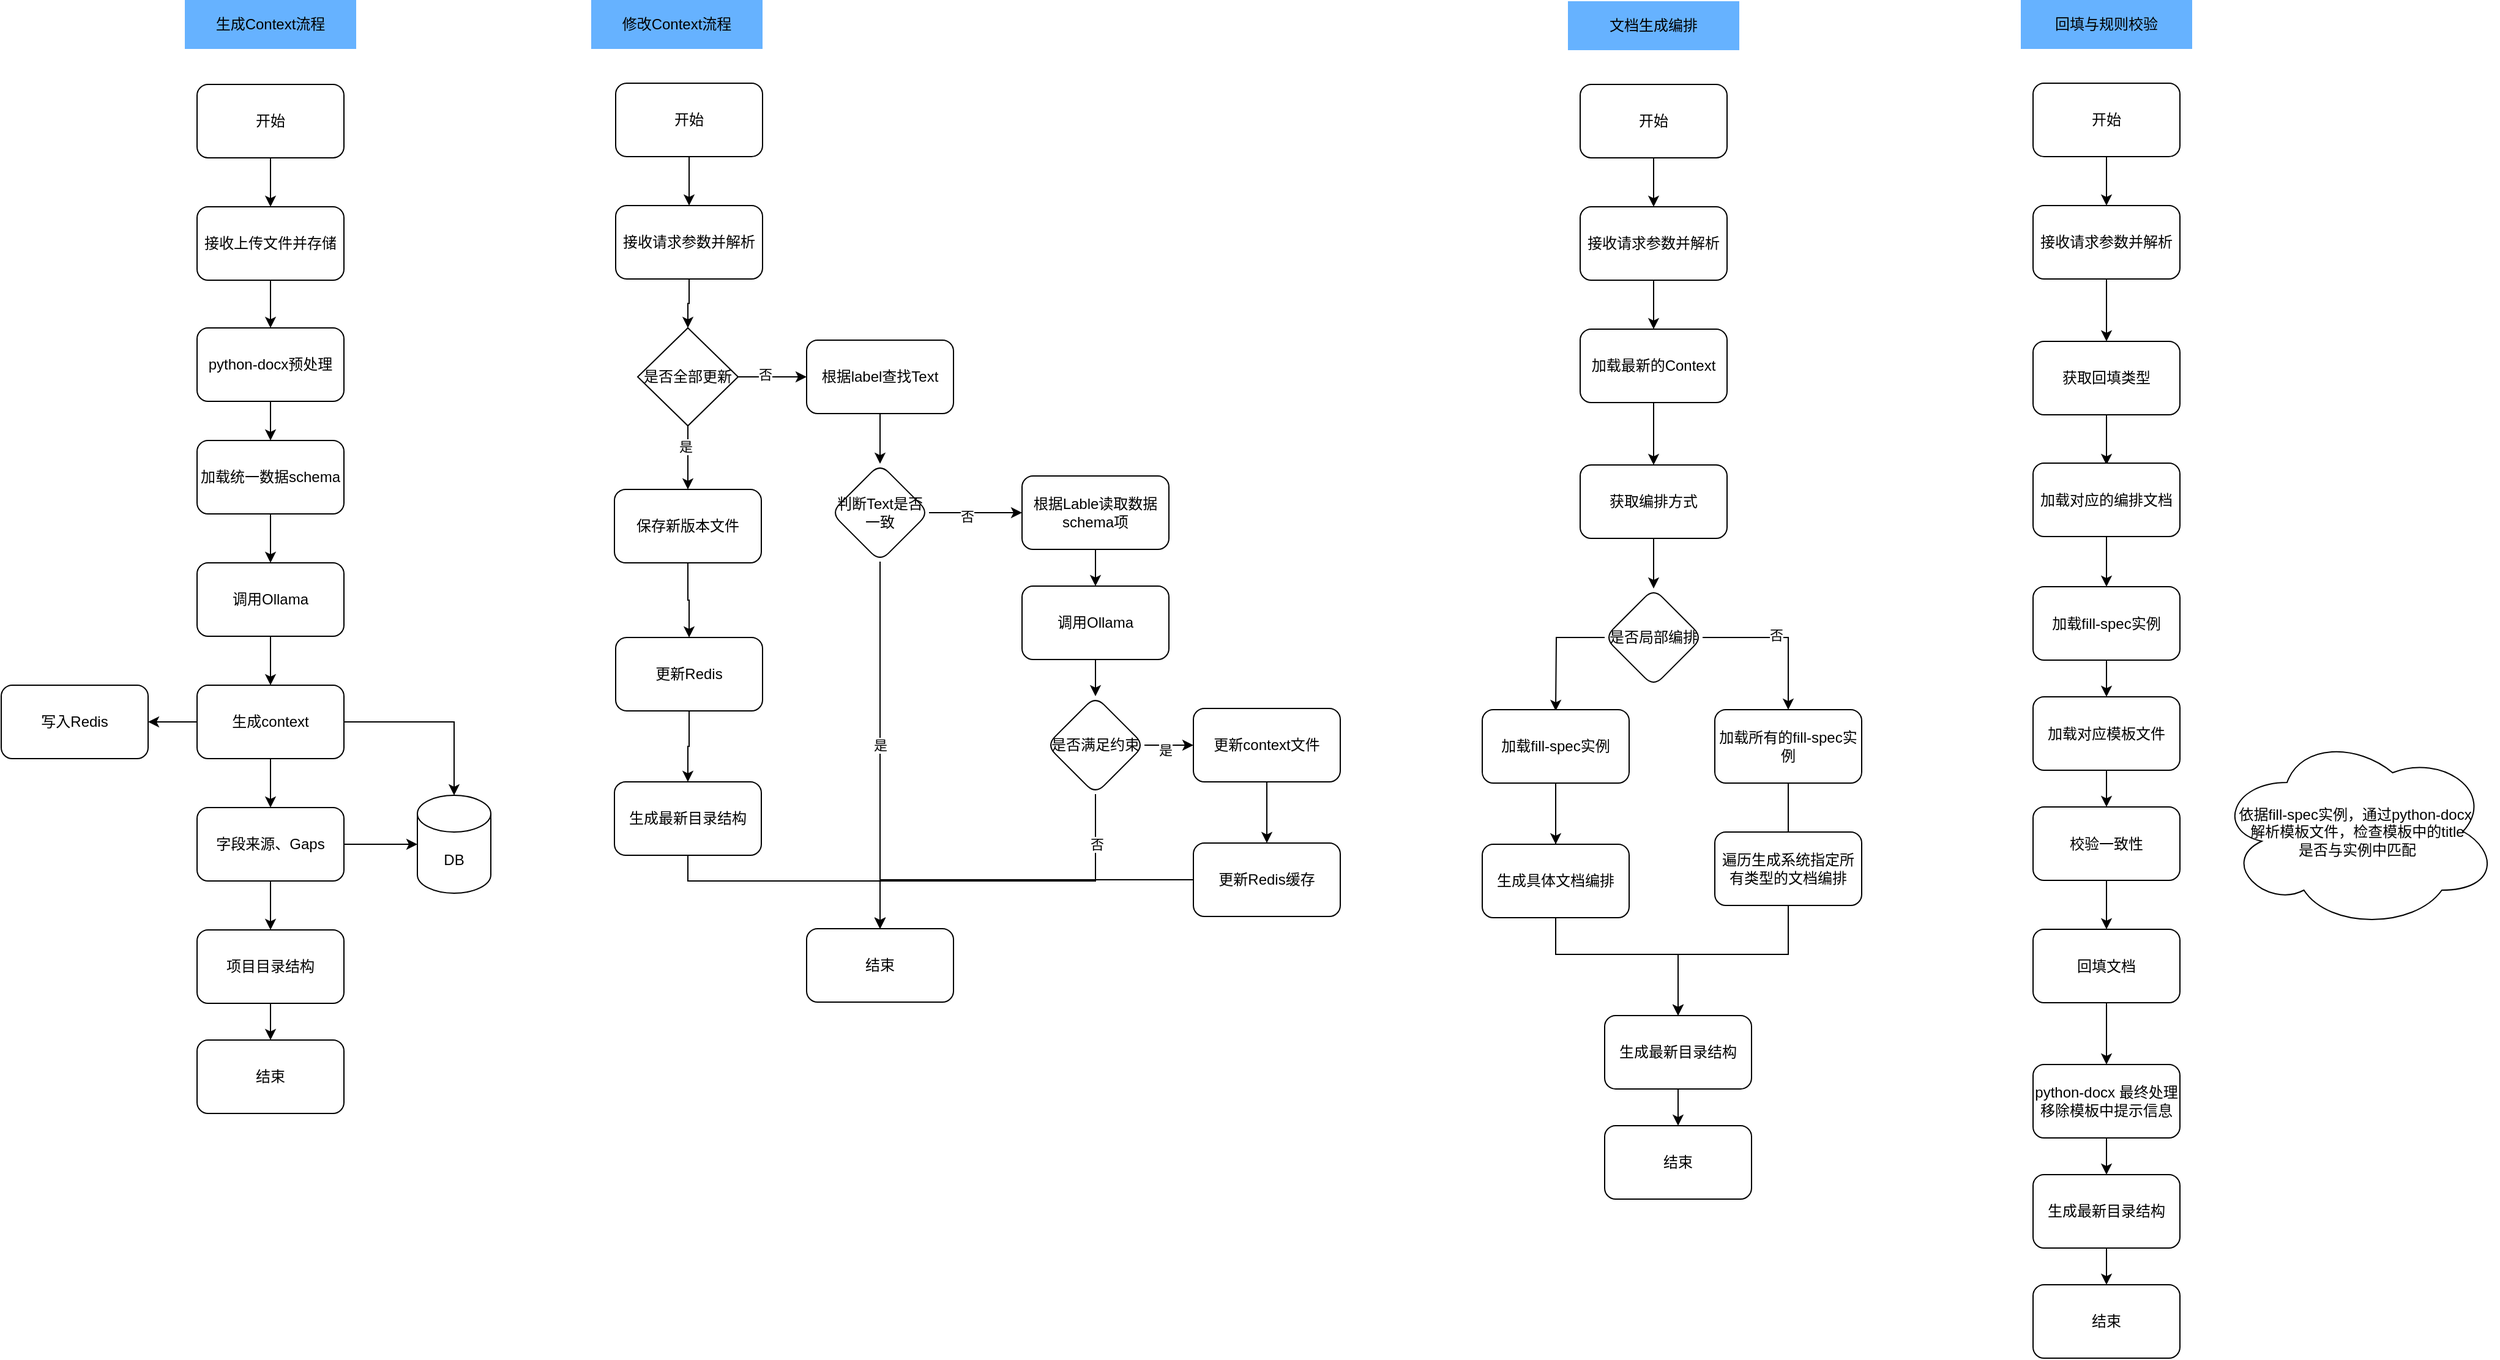
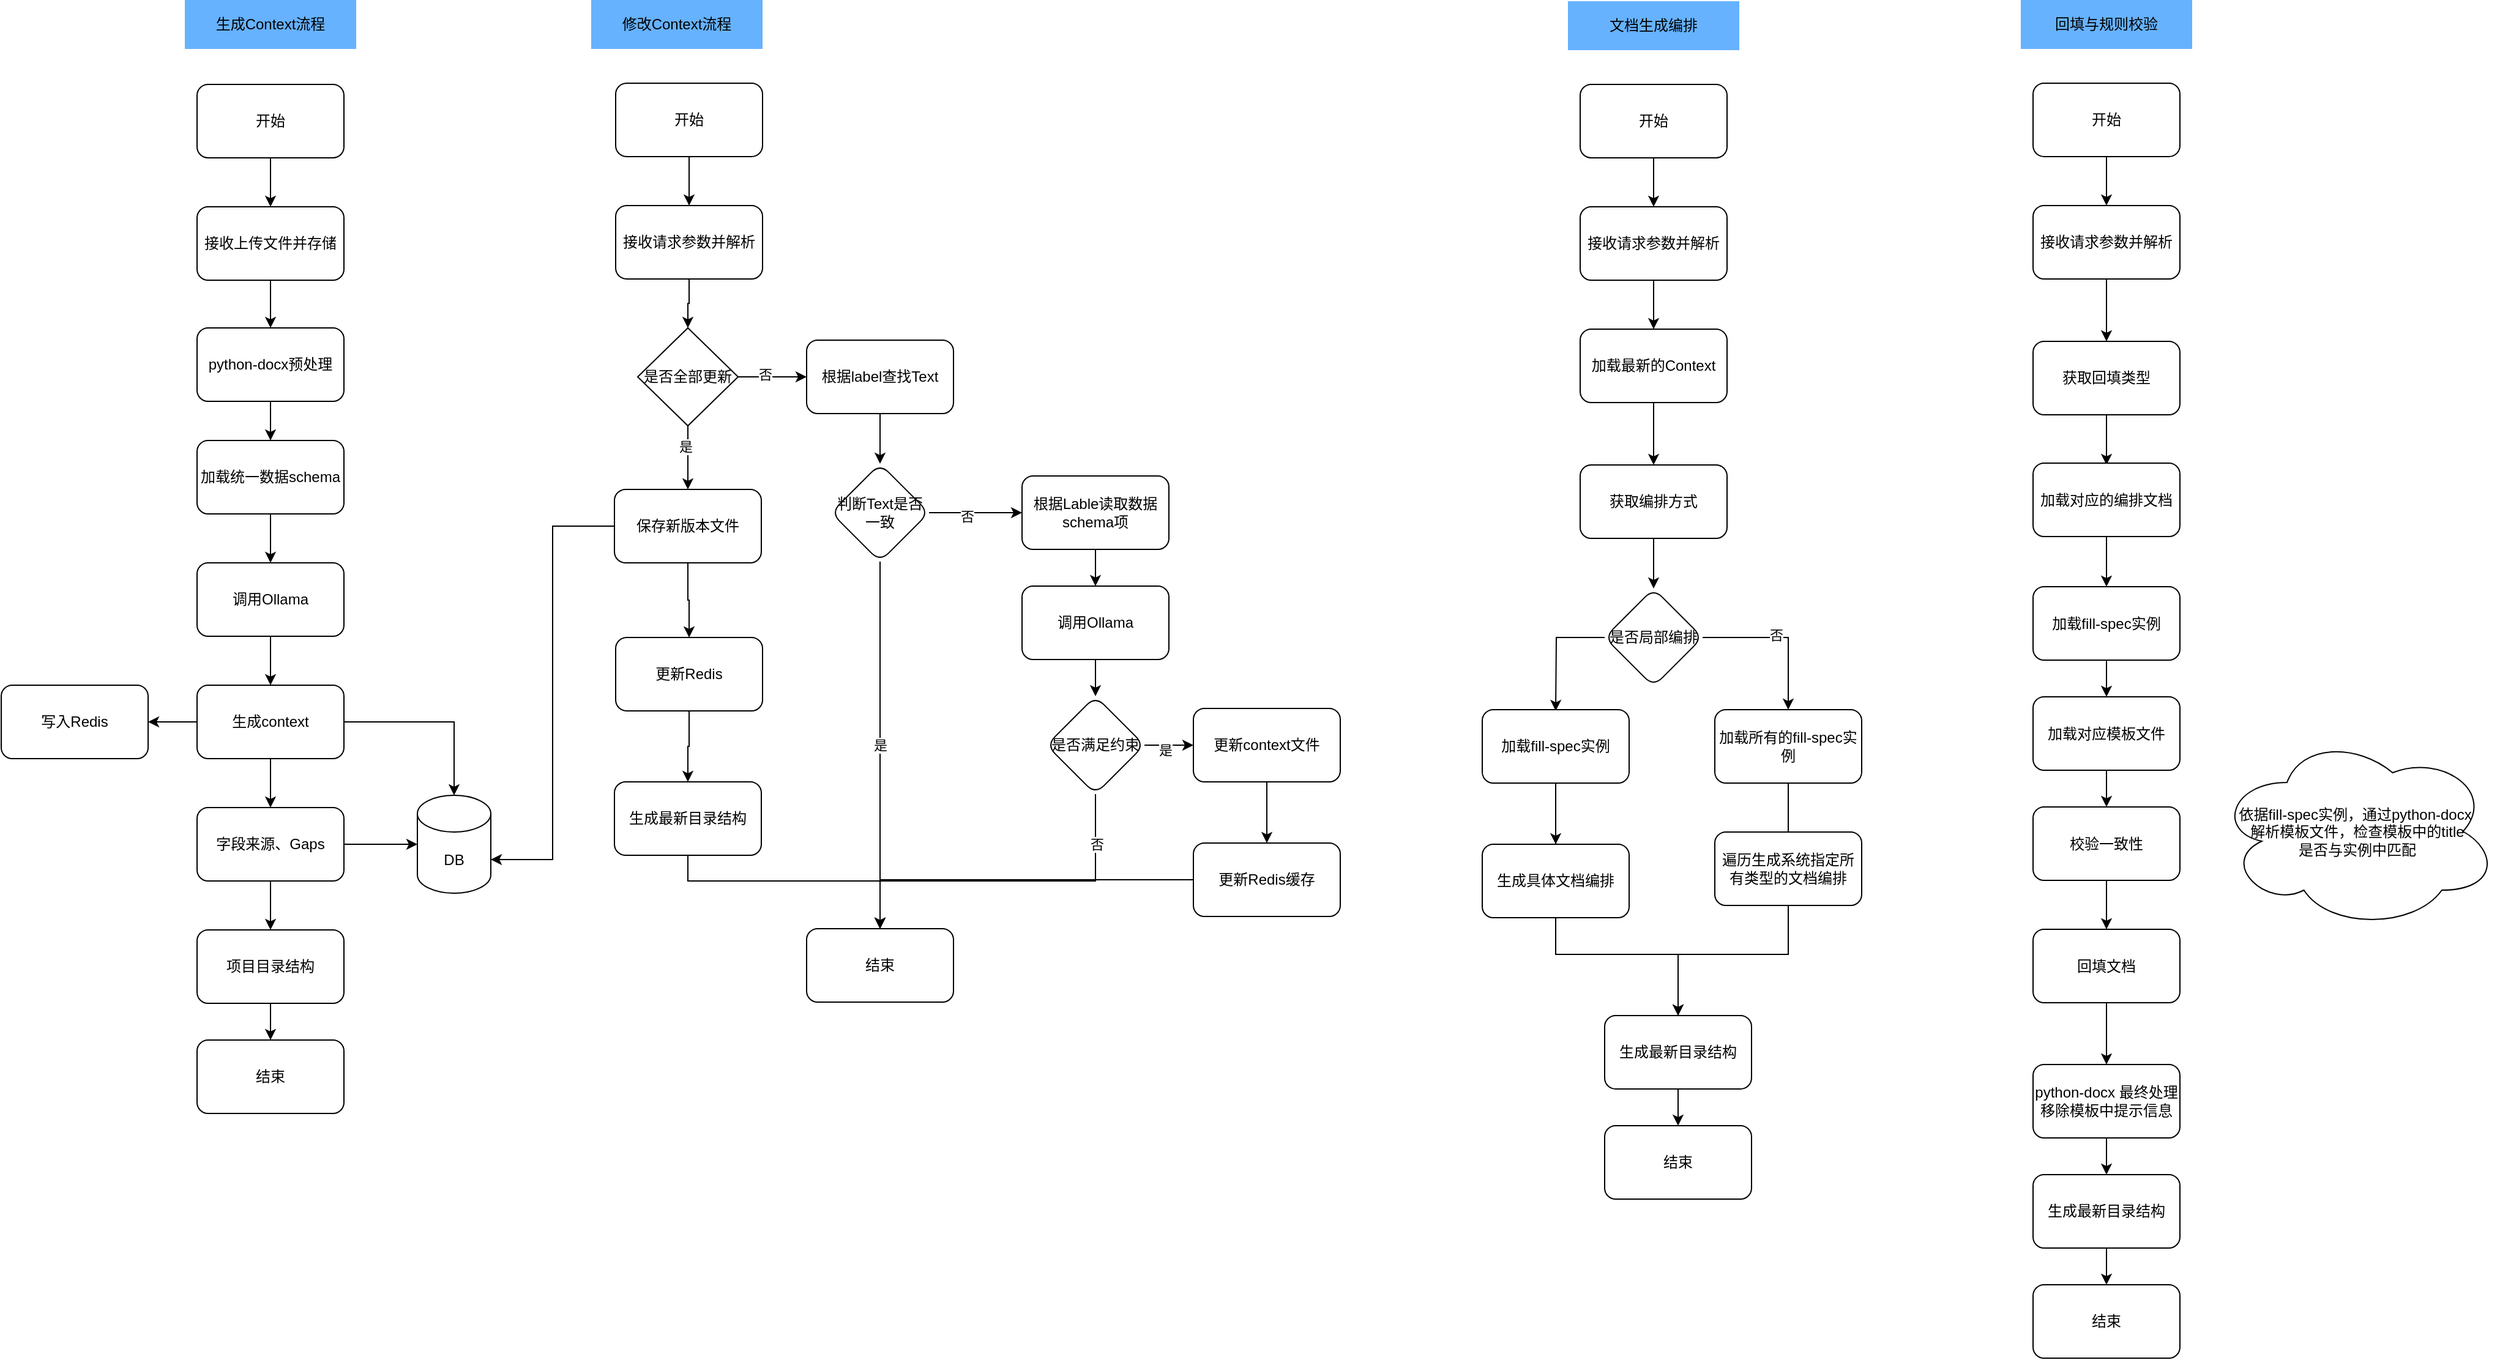
<mxfile host="app.diagrams.net">
  <diagram name="第 1 页" id="B0IMeD1WvDJJcW3_jK1b">
    <mxGraphModel dx="2438" dy="928" grid="1" gridSize="10" guides="1" tooltips="1" connect="1" arrows="1" fold="1" page="1" pageScale="1" pageWidth="1169" pageHeight="827" math="0" shadow="0">
      <root>
        <mxCell id="0" />
        <mxCell id="1" parent="0" />
        <mxCell id="0n__lMlzSQ3JzwSusm_Q-4" edge="1" parent="1" source="0n__lMlzSQ3JzwSusm_Q-2" style="edgeStyle=orthogonalEdgeStyle;rounded=0;orthogonalLoop=1;jettySize=auto;html=1;" target="0n__lMlzSQ3JzwSusm_Q-3" value="">
          <mxGeometry relative="1" as="geometry" />
        </mxCell>
        <mxCell id="0n__lMlzSQ3JzwSusm_Q-2" parent="1" style="rounded=1;whiteSpace=wrap;html=1;" value="开始" vertex="1">
          <mxGeometry height="60" width="120" x="180" y="89" as="geometry" />
        </mxCell>
        <mxCell id="zHUa4yUuEVYX1cxpm-PV-49" edge="1" parent="1" source="0n__lMlzSQ3JzwSusm_Q-3" style="edgeStyle=orthogonalEdgeStyle;rounded=0;orthogonalLoop=1;jettySize=auto;html=1;" target="zHUa4yUuEVYX1cxpm-PV-48" value="">
          <mxGeometry relative="1" as="geometry" />
        </mxCell>
        <mxCell id="0n__lMlzSQ3JzwSusm_Q-3" parent="1" style="whiteSpace=wrap;html=1;rounded=1;" value="接收上传文件并存储" vertex="1">
          <mxGeometry height="60" width="120" x="180" y="189" as="geometry" />
        </mxCell>
        <mxCell id="0n__lMlzSQ3JzwSusm_Q-8" edge="1" parent="1" source="0n__lMlzSQ3JzwSusm_Q-5" style="edgeStyle=orthogonalEdgeStyle;rounded=0;orthogonalLoop=1;jettySize=auto;html=1;" target="0n__lMlzSQ3JzwSusm_Q-7" value="">
          <mxGeometry relative="1" as="geometry" />
        </mxCell>
        <mxCell id="0n__lMlzSQ3JzwSusm_Q-5" parent="1" style="whiteSpace=wrap;html=1;rounded=1;" value="加载统一数据schema" vertex="1">
          <mxGeometry height="60" width="120" x="180" y="380" as="geometry" />
        </mxCell>
        <mxCell id="0n__lMlzSQ3JzwSusm_Q-10" edge="1" parent="1" source="0n__lMlzSQ3JzwSusm_Q-7" style="edgeStyle=orthogonalEdgeStyle;rounded=0;orthogonalLoop=1;jettySize=auto;html=1;" target="0n__lMlzSQ3JzwSusm_Q-9" value="">
          <mxGeometry relative="1" as="geometry" />
        </mxCell>
        <mxCell id="0n__lMlzSQ3JzwSusm_Q-7" parent="1" style="whiteSpace=wrap;html=1;rounded=1;" value="调用Ollama" vertex="1">
          <mxGeometry height="60" width="120" x="180" y="480" as="geometry" />
        </mxCell>
        <mxCell id="0n__lMlzSQ3JzwSusm_Q-12" edge="1" parent="1" source="0n__lMlzSQ3JzwSusm_Q-9" style="edgeStyle=orthogonalEdgeStyle;rounded=0;orthogonalLoop=1;jettySize=auto;html=1;" target="0n__lMlzSQ3JzwSusm_Q-11" value="">
          <mxGeometry relative="1" as="geometry" />
        </mxCell>
        <mxCell id="0n__lMlzSQ3JzwSusm_Q-19" edge="1" parent="1" source="0n__lMlzSQ3JzwSusm_Q-9" style="edgeStyle=orthogonalEdgeStyle;rounded=0;orthogonalLoop=1;jettySize=auto;html=1;" target="0n__lMlzSQ3JzwSusm_Q-13">
          <mxGeometry relative="1" as="geometry" />
        </mxCell>
        <mxCell id="OEq2acyRyhbuj6wWYLON-20" edge="1" parent="1" source="0n__lMlzSQ3JzwSusm_Q-9" style="edgeStyle=orthogonalEdgeStyle;rounded=0;orthogonalLoop=1;jettySize=auto;html=1;" target="zHUa4yUuEVYX1cxpm-PV-19" value="">
          <mxGeometry relative="1" as="geometry" />
        </mxCell>
        <mxCell id="0n__lMlzSQ3JzwSusm_Q-9" parent="1" style="whiteSpace=wrap;html=1;rounded=1;" value="生成context" vertex="1">
          <mxGeometry height="60" width="120" x="180" y="580" as="geometry" />
        </mxCell>
        <mxCell id="0n__lMlzSQ3JzwSusm_Q-14" edge="1" parent="1" source="0n__lMlzSQ3JzwSusm_Q-11" style="edgeStyle=orthogonalEdgeStyle;rounded=0;orthogonalLoop=1;jettySize=auto;html=1;" target="0n__lMlzSQ3JzwSusm_Q-13">
          <mxGeometry relative="1" as="geometry" />
        </mxCell>
        <mxCell id="0n__lMlzSQ3JzwSusm_Q-16" edge="1" parent="1" source="0n__lMlzSQ3JzwSusm_Q-11" style="edgeStyle=orthogonalEdgeStyle;rounded=0;orthogonalLoop=1;jettySize=auto;html=1;" target="0n__lMlzSQ3JzwSusm_Q-15" value="">
          <mxGeometry relative="1" as="geometry" />
        </mxCell>
        <mxCell id="0n__lMlzSQ3JzwSusm_Q-11" parent="1" style="whiteSpace=wrap;html=1;rounded=1;" value="字段来源、Gaps" vertex="1">
          <mxGeometry height="60" width="120" x="180" y="680" as="geometry" />
        </mxCell>
        <mxCell id="0n__lMlzSQ3JzwSusm_Q-13" parent="1" style="shape=cylinder3;whiteSpace=wrap;html=1;boundedLbl=1;backgroundOutline=1;size=15;" value="DB" vertex="1">
          <mxGeometry height="80" width="60" x="360" y="670" as="geometry" />
        </mxCell>
        <mxCell id="0n__lMlzSQ3JzwSusm_Q-18" edge="1" parent="1" source="0n__lMlzSQ3JzwSusm_Q-15" style="edgeStyle=orthogonalEdgeStyle;rounded=0;orthogonalLoop=1;jettySize=auto;html=1;" target="0n__lMlzSQ3JzwSusm_Q-17" value="">
          <mxGeometry relative="1" as="geometry" />
        </mxCell>
        <mxCell id="0n__lMlzSQ3JzwSusm_Q-15" parent="1" style="whiteSpace=wrap;html=1;rounded=1;" value="项目目录结构" vertex="1">
          <mxGeometry height="60" width="120" x="180" y="780" as="geometry" />
        </mxCell>
        <mxCell id="0n__lMlzSQ3JzwSusm_Q-17" parent="1" style="whiteSpace=wrap;html=1;rounded=1;" value="结束" vertex="1">
          <mxGeometry height="60" width="120" x="180" y="870" as="geometry" />
        </mxCell>
        <mxCell id="zHUa4yUuEVYX1cxpm-PV-1" edge="1" parent="1" source="zHUa4yUuEVYX1cxpm-PV-2" style="edgeStyle=orthogonalEdgeStyle;rounded=0;orthogonalLoop=1;jettySize=auto;html=1;" target="zHUa4yUuEVYX1cxpm-PV-4" value="">
          <mxGeometry relative="1" as="geometry" />
        </mxCell>
        <mxCell id="zHUa4yUuEVYX1cxpm-PV-2" parent="1" style="rounded=1;whiteSpace=wrap;html=1;" value="开始" vertex="1">
          <mxGeometry height="60" width="120" x="522" y="88" as="geometry" />
        </mxCell>
        <mxCell id="OEq2acyRyhbuj6wWYLON-2" edge="1" parent="1" source="zHUa4yUuEVYX1cxpm-PV-4" style="edgeStyle=orthogonalEdgeStyle;rounded=0;orthogonalLoop=1;jettySize=auto;html=1;entryX=0.5;entryY=0;entryDx=0;entryDy=0;" target="OEq2acyRyhbuj6wWYLON-1">
          <mxGeometry relative="1" as="geometry" />
        </mxCell>
        <mxCell id="zHUa4yUuEVYX1cxpm-PV-4" parent="1" style="whiteSpace=wrap;html=1;rounded=1;" value="接收请求参数并解析" vertex="1">
          <mxGeometry height="60" width="120" x="522" y="188" as="geometry" />
        </mxCell>
        <mxCell id="zHUa4yUuEVYX1cxpm-PV-26" edge="1" parent="1" source="zHUa4yUuEVYX1cxpm-PV-6" style="edgeStyle=orthogonalEdgeStyle;rounded=0;orthogonalLoop=1;jettySize=auto;html=1;" target="zHUa4yUuEVYX1cxpm-PV-25" value="">
          <mxGeometry relative="1" as="geometry" />
        </mxCell>
        <mxCell id="zHUa4yUuEVYX1cxpm-PV-6" parent="1" style="whiteSpace=wrap;html=1;rounded=1;" value="根据label查找Text" vertex="1">
          <mxGeometry height="60" width="120" x="678" y="298" as="geometry" />
        </mxCell>
        <mxCell id="zHUa4yUuEVYX1cxpm-PV-19" parent="1" style="whiteSpace=wrap;html=1;rounded=1;" value="写入Redis" vertex="1">
          <mxGeometry height="60" width="120" x="20" y="580" as="geometry" />
        </mxCell>
        <mxCell id="zHUa4yUuEVYX1cxpm-PV-28" edge="1" parent="1" source="zHUa4yUuEVYX1cxpm-PV-25" style="edgeStyle=orthogonalEdgeStyle;rounded=0;orthogonalLoop=1;jettySize=auto;html=1;" target="zHUa4yUuEVYX1cxpm-PV-27" value="是">
          <mxGeometry relative="1" as="geometry" />
        </mxCell>
        <mxCell id="zHUa4yUuEVYX1cxpm-PV-31" edge="1" parent="1" source="zHUa4yUuEVYX1cxpm-PV-25" style="edgeStyle=orthogonalEdgeStyle;rounded=0;orthogonalLoop=1;jettySize=auto;html=1;" target="zHUa4yUuEVYX1cxpm-PV-30" value="">
          <mxGeometry relative="1" as="geometry" />
        </mxCell>
        <mxCell id="OEq2acyRyhbuj6wWYLON-16" connectable="0" parent="zHUa4yUuEVYX1cxpm-PV-31" style="edgeLabel;html=1;align=center;verticalAlign=middle;resizable=0;points=[];" value="否" vertex="1">
          <mxGeometry relative="1" x="-0.193" y="-3" as="geometry">
            <mxPoint as="offset" />
          </mxGeometry>
        </mxCell>
        <mxCell id="zHUa4yUuEVYX1cxpm-PV-25" parent="1" style="rhombus;whiteSpace=wrap;html=1;rounded=1;" value="判断Text是否一致" vertex="1">
          <mxGeometry height="80" width="80" x="698" y="399" as="geometry" />
        </mxCell>
        <mxCell id="zHUa4yUuEVYX1cxpm-PV-27" parent="1" style="whiteSpace=wrap;html=1;rounded=1;" value="结束" vertex="1">
          <mxGeometry height="60" width="120" x="678" y="779" as="geometry" />
        </mxCell>
        <mxCell id="zHUa4yUuEVYX1cxpm-PV-33" edge="1" parent="1" source="zHUa4yUuEVYX1cxpm-PV-30" style="edgeStyle=orthogonalEdgeStyle;rounded=0;orthogonalLoop=1;jettySize=auto;html=1;" target="zHUa4yUuEVYX1cxpm-PV-32" value="">
          <mxGeometry relative="1" as="geometry" />
        </mxCell>
        <mxCell id="zHUa4yUuEVYX1cxpm-PV-30" parent="1" style="whiteSpace=wrap;html=1;rounded=1;" value="根据Lable读取数据schema项" vertex="1">
          <mxGeometry height="60" width="120" x="854" y="409" as="geometry" />
        </mxCell>
        <mxCell id="zHUa4yUuEVYX1cxpm-PV-35" edge="1" parent="1" source="zHUa4yUuEVYX1cxpm-PV-32" style="edgeStyle=orthogonalEdgeStyle;rounded=0;orthogonalLoop=1;jettySize=auto;html=1;" target="zHUa4yUuEVYX1cxpm-PV-34" value="">
          <mxGeometry relative="1" as="geometry" />
        </mxCell>
        <mxCell id="zHUa4yUuEVYX1cxpm-PV-32" parent="1" style="whiteSpace=wrap;html=1;rounded=1;" value="调用Ollama" vertex="1">
          <mxGeometry height="60" width="120" x="854" y="499" as="geometry" />
        </mxCell>
        <mxCell id="zHUa4yUuEVYX1cxpm-PV-37" edge="1" parent="1" source="zHUa4yUuEVYX1cxpm-PV-34" style="edgeStyle=orthogonalEdgeStyle;rounded=0;orthogonalLoop=1;jettySize=auto;html=1;" target="zHUa4yUuEVYX1cxpm-PV-36" value="">
          <mxGeometry relative="1" as="geometry" />
        </mxCell>
        <mxCell id="zHUa4yUuEVYX1cxpm-PV-38" connectable="0" parent="zHUa4yUuEVYX1cxpm-PV-37" style="edgeLabel;html=1;align=center;verticalAlign=middle;resizable=0;points=[];" value="是" vertex="1">
          <mxGeometry relative="1" x="-0.1789" y="-4" as="geometry">
            <mxPoint as="offset" />
          </mxGeometry>
        </mxCell>
        <mxCell id="zHUa4yUuEVYX1cxpm-PV-43" edge="1" parent="1" source="zHUa4yUuEVYX1cxpm-PV-34" style="edgeStyle=orthogonalEdgeStyle;rounded=0;orthogonalLoop=1;jettySize=auto;html=1;exitX=0.5;exitY=1;exitDx=0;exitDy=0;entryX=0.5;entryY=0;entryDx=0;entryDy=0;" target="zHUa4yUuEVYX1cxpm-PV-27">
          <mxGeometry relative="1" as="geometry">
            <Array as="points">
              <mxPoint x="914" y="740" />
              <mxPoint x="738" y="740" />
            </Array>
          </mxGeometry>
        </mxCell>
        <mxCell id="zHUa4yUuEVYX1cxpm-PV-44" connectable="0" parent="zHUa4yUuEVYX1cxpm-PV-43" style="edgeLabel;html=1;align=center;verticalAlign=middle;resizable=0;points=[];" value="否" vertex="1">
          <mxGeometry relative="1" x="-0.1561" y="-2" as="geometry">
            <mxPoint x="50" y="-28" as="offset" />
          </mxGeometry>
        </mxCell>
        <mxCell id="zHUa4yUuEVYX1cxpm-PV-34" parent="1" style="rhombus;whiteSpace=wrap;html=1;rounded=1;" value="是否满足约束" vertex="1">
          <mxGeometry height="80" width="80" x="874" y="589" as="geometry" />
        </mxCell>
        <mxCell id="zHUa4yUuEVYX1cxpm-PV-40" edge="1" parent="1" source="zHUa4yUuEVYX1cxpm-PV-36" style="edgeStyle=orthogonalEdgeStyle;rounded=0;orthogonalLoop=1;jettySize=auto;html=1;" target="zHUa4yUuEVYX1cxpm-PV-39" value="">
          <mxGeometry relative="1" as="geometry" />
        </mxCell>
        <mxCell id="zHUa4yUuEVYX1cxpm-PV-36" parent="1" style="whiteSpace=wrap;html=1;rounded=1;" value="更新context文件" vertex="1">
          <mxGeometry height="60" width="120" x="994" y="599" as="geometry" />
        </mxCell>
        <mxCell id="zHUa4yUuEVYX1cxpm-PV-41" edge="1" parent="1" source="zHUa4yUuEVYX1cxpm-PV-39" style="edgeStyle=orthogonalEdgeStyle;rounded=0;orthogonalLoop=1;jettySize=auto;html=1;entryX=0.5;entryY=0;entryDx=0;entryDy=0;" target="zHUa4yUuEVYX1cxpm-PV-27">
          <mxGeometry relative="1" as="geometry" />
        </mxCell>
        <mxCell id="zHUa4yUuEVYX1cxpm-PV-39" parent="1" style="whiteSpace=wrap;html=1;rounded=1;" value="更新Redis缓存" vertex="1">
          <mxGeometry height="60" width="120" x="994" y="709" as="geometry" />
        </mxCell>
        <mxCell id="zHUa4yUuEVYX1cxpm-PV-50" edge="1" parent="1" source="zHUa4yUuEVYX1cxpm-PV-48" style="edgeStyle=orthogonalEdgeStyle;rounded=0;orthogonalLoop=1;jettySize=auto;html=1;" target="0n__lMlzSQ3JzwSusm_Q-5" value="">
          <mxGeometry relative="1" as="geometry" />
        </mxCell>
        <mxCell id="zHUa4yUuEVYX1cxpm-PV-48" parent="1" style="whiteSpace=wrap;html=1;rounded=1;" value="python-docx预处理" vertex="1">
          <mxGeometry height="60" width="120" x="180" y="288" as="geometry" />
        </mxCell>
        <mxCell id="zHUa4yUuEVYX1cxpm-PV-51" edge="1" parent="1" source="zHUa4yUuEVYX1cxpm-PV-52" style="edgeStyle=orthogonalEdgeStyle;rounded=0;orthogonalLoop=1;jettySize=auto;html=1;" target="zHUa4yUuEVYX1cxpm-PV-54" value="">
          <mxGeometry relative="1" as="geometry" />
        </mxCell>
        <mxCell id="zHUa4yUuEVYX1cxpm-PV-52" parent="1" style="rounded=1;whiteSpace=wrap;html=1;" value="开始" vertex="1">
          <mxGeometry height="60" width="120" x="1310" y="89" as="geometry" />
        </mxCell>
        <mxCell id="zHUa4yUuEVYX1cxpm-PV-86" edge="1" parent="1" source="zHUa4yUuEVYX1cxpm-PV-54" style="edgeStyle=orthogonalEdgeStyle;rounded=0;orthogonalLoop=1;jettySize=auto;html=1;entryX=0.5;entryY=0;entryDx=0;entryDy=0;" target="zHUa4yUuEVYX1cxpm-PV-64">
          <mxGeometry relative="1" as="geometry" />
        </mxCell>
        <mxCell id="zHUa4yUuEVYX1cxpm-PV-54" parent="1" style="whiteSpace=wrap;html=1;rounded=1;" value="接收请求参数并解析" vertex="1">
          <mxGeometry height="60" width="120" x="1310" y="189" as="geometry" />
        </mxCell>
        <mxCell id="zHUa4yUuEVYX1cxpm-PV-55" edge="1" parent="1" source="zHUa4yUuEVYX1cxpm-PV-56" style="edgeStyle=orthogonalEdgeStyle;rounded=0;orthogonalLoop=1;jettySize=auto;html=1;" target="zHUa4yUuEVYX1cxpm-PV-60" value="">
          <mxGeometry relative="1" as="geometry" />
        </mxCell>
        <mxCell id="zHUa4yUuEVYX1cxpm-PV-56" parent="1" style="whiteSpace=wrap;html=1;rounded=1;" value="获取编排方式" vertex="1">
          <mxGeometry height="60" width="120" x="1310" y="400" as="geometry" />
        </mxCell>
        <mxCell id="zHUa4yUuEVYX1cxpm-PV-59" edge="1" parent="1" source="zHUa4yUuEVYX1cxpm-PV-60" style="edgeStyle=orthogonalEdgeStyle;rounded=0;orthogonalLoop=1;jettySize=auto;html=1;" target="zHUa4yUuEVYX1cxpm-PV-62" value="">
          <mxGeometry relative="1" as="geometry" />
        </mxCell>
        <mxCell id="zHUa4yUuEVYX1cxpm-PV-84" connectable="0" parent="zHUa4yUuEVYX1cxpm-PV-59" style="edgeLabel;html=1;align=center;verticalAlign=middle;resizable=0;points=[];" value="否" vertex="1">
          <mxGeometry relative="1" x="-0.0693" y="2" as="geometry">
            <mxPoint as="offset" />
          </mxGeometry>
        </mxCell>
        <mxCell id="zHUa4yUuEVYX1cxpm-PV-88" edge="1" parent="1" source="zHUa4yUuEVYX1cxpm-PV-60" style="edgeStyle=orthogonalEdgeStyle;rounded=0;orthogonalLoop=1;jettySize=auto;html=1;">
          <mxGeometry relative="1" as="geometry">
            <mxPoint x="1290" y="601" as="targetPoint" />
          </mxGeometry>
        </mxCell>
        <mxCell id="zHUa4yUuEVYX1cxpm-PV-60" parent="1" style="rhombus;whiteSpace=wrap;html=1;rounded=1;" value="是否局部编排" vertex="1">
          <mxGeometry height="80" width="80" x="1330" y="501" as="geometry" />
        </mxCell>
        <mxCell id="OEq2acyRyhbuj6wWYLON-21" edge="1" parent="1" source="zHUa4yUuEVYX1cxpm-PV-62" style="edgeStyle=orthogonalEdgeStyle;rounded=0;orthogonalLoop=1;jettySize=auto;html=1;">
          <mxGeometry relative="1" as="geometry">
            <mxPoint x="1479.9999999999995" y="720" as="targetPoint" />
          </mxGeometry>
        </mxCell>
        <mxCell id="zHUa4yUuEVYX1cxpm-PV-62" parent="1" style="whiteSpace=wrap;html=1;rounded=1;" value="加载所有的fill-spec实例" vertex="1">
          <mxGeometry height="60" width="120" x="1420" y="600" as="geometry" />
        </mxCell>
        <mxCell id="zHUa4yUuEVYX1cxpm-PV-87" edge="1" parent="1" source="zHUa4yUuEVYX1cxpm-PV-64" style="edgeStyle=orthogonalEdgeStyle;rounded=0;orthogonalLoop=1;jettySize=auto;html=1;entryX=0.5;entryY=0;entryDx=0;entryDy=0;" target="zHUa4yUuEVYX1cxpm-PV-56">
          <mxGeometry relative="1" as="geometry" />
        </mxCell>
        <mxCell id="zHUa4yUuEVYX1cxpm-PV-64" parent="1" style="whiteSpace=wrap;html=1;rounded=1;" value="加载最新的Context" vertex="1">
          <mxGeometry height="60" width="120" x="1310" y="289" as="geometry" />
        </mxCell>
        <mxCell id="zHUa4yUuEVYX1cxpm-PV-92" edge="1" parent="1" source="zHUa4yUuEVYX1cxpm-PV-73" style="edgeStyle=orthogonalEdgeStyle;rounded=0;orthogonalLoop=1;jettySize=auto;html=1;">
          <mxGeometry relative="1" as="geometry">
            <Array as="points">
              <mxPoint x="1480" y="800" />
              <mxPoint x="1390" y="800" />
            </Array>
            <mxPoint x="1390" y="850" as="targetPoint" />
          </mxGeometry>
        </mxCell>
        <mxCell id="zHUa4yUuEVYX1cxpm-PV-73" parent="1" style="whiteSpace=wrap;html=1;rounded=1;" value="遍历生成系统指定所有类型的文档编排" vertex="1">
          <mxGeometry height="60" width="120" x="1420" y="700" as="geometry" />
        </mxCell>
        <mxCell id="zHUa4yUuEVYX1cxpm-PV-75" parent="1" style="text;html=1;whiteSpace=wrap;strokeColor=none;fillColor=#66B2FF;align=center;verticalAlign=middle;rounded=0;" value="生成Context流程" vertex="1">
          <mxGeometry height="40" width="140" x="170" y="20" as="geometry" />
        </mxCell>
        <mxCell id="zHUa4yUuEVYX1cxpm-PV-76" parent="1" style="text;html=1;whiteSpace=wrap;strokeColor=none;fillColor=#66B2FF;align=center;verticalAlign=middle;rounded=0;" value="修改Context流程" vertex="1">
          <mxGeometry height="40" width="140" x="502" y="20" as="geometry" />
        </mxCell>
        <mxCell id="zHUa4yUuEVYX1cxpm-PV-77" parent="1" style="text;html=1;whiteSpace=wrap;strokeColor=none;fillColor=#66B2FF;align=center;verticalAlign=middle;rounded=0;" value="文档生成编排" vertex="1">
          <mxGeometry height="40" width="140" x="1300" y="21" as="geometry" />
        </mxCell>
        <mxCell id="zHUa4yUuEVYX1cxpm-PV-82" edge="1" parent="1" style="edgeStyle=orthogonalEdgeStyle;rounded=0;orthogonalLoop=1;jettySize=auto;html=1;" value="">
          <mxGeometry relative="1" as="geometry">
            <mxPoint x="1290.0000000000005" y="660" as="sourcePoint" />
            <mxPoint x="1290.0000000000005" y="721" as="targetPoint" />
          </mxGeometry>
        </mxCell>
        <mxCell id="OEq2acyRyhbuj6wWYLON-5" edge="1" parent="1" source="zHUa4yUuEVYX1cxpm-PV-79" style="edgeStyle=orthogonalEdgeStyle;rounded=0;orthogonalLoop=1;jettySize=auto;html=1;" target="zHUa4yUuEVYX1cxpm-PV-81" value="">
          <mxGeometry relative="1" as="geometry" />
        </mxCell>
        <mxCell id="zHUa4yUuEVYX1cxpm-PV-79" parent="1" style="whiteSpace=wrap;html=1;rounded=1;" value="加载fill-spec实例" vertex="1">
          <mxGeometry height="60" width="120" x="1230" y="600" as="geometry" />
        </mxCell>
        <mxCell id="OEq2acyRyhbuj6wWYLON-6" edge="1" parent="1" source="zHUa4yUuEVYX1cxpm-PV-81" style="edgeStyle=orthogonalEdgeStyle;rounded=0;orthogonalLoop=1;jettySize=auto;html=1;" value="">
          <mxGeometry relative="1" as="geometry">
            <Array as="points">
              <mxPoint x="1290" y="800" />
              <mxPoint x="1390" y="800" />
            </Array>
            <mxPoint x="1390" y="850" as="targetPoint" />
          </mxGeometry>
        </mxCell>
        <mxCell id="zHUa4yUuEVYX1cxpm-PV-81" parent="1" style="whiteSpace=wrap;html=1;rounded=1;" value="生成具体文档编排" vertex="1">
          <mxGeometry height="60" width="120" x="1230" y="710" as="geometry" />
        </mxCell>
        <mxCell id="zHUa4yUuEVYX1cxpm-PV-90" parent="1" style="whiteSpace=wrap;html=1;rounded=1;" value="结束" vertex="1">
          <mxGeometry height="60" width="120" x="1330" y="940" as="geometry" />
        </mxCell>
        <mxCell id="zHUa4yUuEVYX1cxpm-PV-93" edge="1" parent="1" source="zHUa4yUuEVYX1cxpm-PV-94" style="edgeStyle=orthogonalEdgeStyle;rounded=0;orthogonalLoop=1;jettySize=auto;html=1;" target="zHUa4yUuEVYX1cxpm-PV-96" value="">
          <mxGeometry relative="1" as="geometry" />
        </mxCell>
        <mxCell id="zHUa4yUuEVYX1cxpm-PV-94" parent="1" style="rounded=1;whiteSpace=wrap;html=1;" value="开始" vertex="1">
          <mxGeometry height="60" width="120" x="1680" y="88" as="geometry" />
        </mxCell>
        <mxCell id="zHUa4yUuEVYX1cxpm-PV-95" edge="1" parent="1" source="zHUa4yUuEVYX1cxpm-PV-96" style="edgeStyle=orthogonalEdgeStyle;rounded=0;orthogonalLoop=1;jettySize=auto;html=1;entryX=0.5;entryY=0;entryDx=0;entryDy=0;" target="zHUa4yUuEVYX1cxpm-PV-98">
          <mxGeometry relative="1" as="geometry">
            <mxPoint x="1740" y="288" as="targetPoint" />
          </mxGeometry>
        </mxCell>
        <mxCell id="zHUa4yUuEVYX1cxpm-PV-96" parent="1" style="whiteSpace=wrap;html=1;rounded=1;" value="接收请求参数并解析" vertex="1">
          <mxGeometry height="60" width="120" x="1680" y="188" as="geometry" />
        </mxCell>
        <mxCell id="zHUa4yUuEVYX1cxpm-PV-97" edge="1" parent="1" source="zHUa4yUuEVYX1cxpm-PV-98" style="edgeStyle=orthogonalEdgeStyle;rounded=0;orthogonalLoop=1;jettySize=auto;html=1;" value="">
          <mxGeometry relative="1" as="geometry">
            <mxPoint x="1740" y="400" as="targetPoint" />
          </mxGeometry>
        </mxCell>
        <mxCell id="zHUa4yUuEVYX1cxpm-PV-98" parent="1" style="whiteSpace=wrap;html=1;rounded=1;" value="获取回填类型" vertex="1">
          <mxGeometry height="60" width="120" x="1680" y="299" as="geometry" />
        </mxCell>
        <mxCell id="zHUa4yUuEVYX1cxpm-PV-108" parent="1" style="text;html=1;whiteSpace=wrap;strokeColor=none;fillColor=#66B2FF;align=center;verticalAlign=middle;rounded=0;" value="回填与规则校验" vertex="1">
          <mxGeometry height="40" width="140" x="1670" y="20" as="geometry" />
        </mxCell>
        <mxCell id="zHUa4yUuEVYX1cxpm-PV-125" edge="1" parent="1" source="zHUa4yUuEVYX1cxpm-PV-110" style="edgeStyle=orthogonalEdgeStyle;rounded=0;orthogonalLoop=1;jettySize=auto;html=1;entryX=0.5;entryY=0;entryDx=0;entryDy=0;" target="zHUa4yUuEVYX1cxpm-PV-124">
          <mxGeometry relative="1" as="geometry" />
        </mxCell>
        <mxCell id="zHUa4yUuEVYX1cxpm-PV-110" parent="1" style="whiteSpace=wrap;html=1;rounded=1;" value="加载对应的编排文档" vertex="1">
          <mxGeometry height="60" width="120" x="1680" y="398.5" as="geometry" />
        </mxCell>
        <mxCell id="zHUa4yUuEVYX1cxpm-PV-121" edge="1" parent="1" source="zHUa4yUuEVYX1cxpm-PV-112" style="edgeStyle=orthogonalEdgeStyle;rounded=0;orthogonalLoop=1;jettySize=auto;html=1;" target="zHUa4yUuEVYX1cxpm-PV-120" value="">
          <mxGeometry relative="1" as="geometry" />
        </mxCell>
        <mxCell id="zHUa4yUuEVYX1cxpm-PV-112" parent="1" style="whiteSpace=wrap;html=1;rounded=1;" value="回填文档" vertex="1">
          <mxGeometry height="60" width="120" x="1680" y="779.5" as="geometry" />
        </mxCell>
        <mxCell id="zHUa4yUuEVYX1cxpm-PV-113" parent="1" style="whiteSpace=wrap;html=1;rounded=1;" value="结束" vertex="1">
          <mxGeometry height="60" width="120" x="1680" y="1070" as="geometry" />
        </mxCell>
        <mxCell id="zHUa4yUuEVYX1cxpm-PV-128" edge="1" parent="1" source="zHUa4yUuEVYX1cxpm-PV-115" style="edgeStyle=orthogonalEdgeStyle;rounded=0;orthogonalLoop=1;jettySize=auto;html=1;" target="zHUa4yUuEVYX1cxpm-PV-127" value="">
          <mxGeometry relative="1" as="geometry" />
        </mxCell>
        <mxCell id="zHUa4yUuEVYX1cxpm-PV-115" parent="1" style="whiteSpace=wrap;html=1;rounded=1;" value="加载对应模板文件" vertex="1">
          <mxGeometry height="60" width="120" x="1680" y="589.5" as="geometry" />
        </mxCell>
        <mxCell id="OEq2acyRyhbuj6wWYLON-25" edge="1" parent="1" source="zHUa4yUuEVYX1cxpm-PV-120" style="edgeStyle=orthogonalEdgeStyle;rounded=0;orthogonalLoop=1;jettySize=auto;html=1;" target="OEq2acyRyhbuj6wWYLON-24" value="">
          <mxGeometry relative="1" as="geometry" />
        </mxCell>
        <mxCell id="zHUa4yUuEVYX1cxpm-PV-120" parent="1" style="whiteSpace=wrap;html=1;rounded=1;" value="python-docx 最终处理&lt;br&gt;移除模板中提示信息" vertex="1">
          <mxGeometry height="60" width="120" x="1680" y="890" as="geometry" />
        </mxCell>
        <mxCell id="zHUa4yUuEVYX1cxpm-PV-126" edge="1" parent="1" source="zHUa4yUuEVYX1cxpm-PV-124" style="edgeStyle=orthogonalEdgeStyle;rounded=0;orthogonalLoop=1;jettySize=auto;html=1;entryX=0.5;entryY=0;entryDx=0;entryDy=0;" target="zHUa4yUuEVYX1cxpm-PV-115">
          <mxGeometry relative="1" as="geometry" />
        </mxCell>
        <mxCell id="zHUa4yUuEVYX1cxpm-PV-124" parent="1" style="whiteSpace=wrap;html=1;rounded=1;" value="加载fill-spec实例" vertex="1">
          <mxGeometry height="60" width="120" x="1680" y="499.5" as="geometry" />
        </mxCell>
        <mxCell id="zHUa4yUuEVYX1cxpm-PV-129" edge="1" parent="1" source="zHUa4yUuEVYX1cxpm-PV-127" style="edgeStyle=orthogonalEdgeStyle;rounded=0;orthogonalLoop=1;jettySize=auto;html=1;exitX=0.5;exitY=1;exitDx=0;exitDy=0;entryX=0.5;entryY=0;entryDx=0;entryDy=0;" target="zHUa4yUuEVYX1cxpm-PV-112">
          <mxGeometry relative="1" as="geometry" />
        </mxCell>
        <mxCell id="zHUa4yUuEVYX1cxpm-PV-127" parent="1" style="whiteSpace=wrap;html=1;rounded=1;" value="校验一致性" vertex="1">
          <mxGeometry height="60" width="120" x="1680" y="679.5" as="geometry" />
        </mxCell>
        <mxCell id="zHUa4yUuEVYX1cxpm-PV-130" parent="1" style="ellipse;shape=cloud;whiteSpace=wrap;html=1;" value="依据fill-spec实例，通过python-docx&amp;nbsp;&lt;div&gt;解析模板文件，检查模板中的title&lt;/div&gt;&lt;div&gt;是否与实例中匹配&lt;/div&gt;" vertex="1">
          <mxGeometry height="160" width="230" x="1830" y="619.5" as="geometry" />
        </mxCell>
        <mxCell id="OEq2acyRyhbuj6wWYLON-3" edge="1" parent="1" source="OEq2acyRyhbuj6wWYLON-1" style="edgeStyle=orthogonalEdgeStyle;rounded=0;orthogonalLoop=1;jettySize=auto;html=1;entryX=0;entryY=0.5;entryDx=0;entryDy=0;" target="zHUa4yUuEVYX1cxpm-PV-6">
          <mxGeometry relative="1" as="geometry" />
        </mxCell>
        <mxCell id="OEq2acyRyhbuj6wWYLON-4" connectable="0" parent="OEq2acyRyhbuj6wWYLON-3" style="edgeLabel;html=1;align=center;verticalAlign=middle;resizable=0;points=[];" value="否" vertex="1">
          <mxGeometry relative="1" x="-0.2083" y="2" as="geometry">
            <mxPoint as="offset" />
          </mxGeometry>
        </mxCell>
        <mxCell id="OEq2acyRyhbuj6wWYLON-10" edge="1" parent="1" source="OEq2acyRyhbuj6wWYLON-1" style="edgeStyle=orthogonalEdgeStyle;rounded=0;orthogonalLoop=1;jettySize=auto;html=1;entryX=0.5;entryY=0;entryDx=0;entryDy=0;" target="OEq2acyRyhbuj6wWYLON-9">
          <mxGeometry relative="1" as="geometry">
            <Array as="points">
              <mxPoint x="581" y="400" />
              <mxPoint x="581" y="400" />
            </Array>
          </mxGeometry>
        </mxCell>
        <mxCell id="OEq2acyRyhbuj6wWYLON-11" connectable="0" parent="OEq2acyRyhbuj6wWYLON-10" style="edgeLabel;html=1;align=center;verticalAlign=middle;resizable=0;points=[];" value="是" vertex="1">
          <mxGeometry relative="1" x="-0.3413" y="-2" as="geometry">
            <mxPoint as="offset" />
          </mxGeometry>
        </mxCell>
        <mxCell id="OEq2acyRyhbuj6wWYLON-1" parent="1" style="rhombus;whiteSpace=wrap;html=1;" value="是否全部更新" vertex="1">
          <mxGeometry height="80" width="82" x="540" y="288" as="geometry" />
        </mxCell>
        <mxCell id="OEq2acyRyhbuj6wWYLON-13" edge="1" parent="1" source="OEq2acyRyhbuj6wWYLON-9" style="edgeStyle=orthogonalEdgeStyle;rounded=0;orthogonalLoop=1;jettySize=auto;html=1;" target="OEq2acyRyhbuj6wWYLON-12" value="">
          <mxGeometry relative="1" as="geometry" />
        </mxCell>
        <mxCell id="OEq2acyRyhbuj6wWYLON-9" parent="1" style="whiteSpace=wrap;html=1;rounded=1;" value="保存新版本文件" vertex="1">
          <mxGeometry height="60" width="120" x="521" y="420" as="geometry" />
        </mxCell>
        <mxCell id="OEq2acyRyhbuj6wWYLON-18" edge="1" parent="1" source="OEq2acyRyhbuj6wWYLON-12" style="edgeStyle=orthogonalEdgeStyle;rounded=0;orthogonalLoop=1;jettySize=auto;html=1;" target="OEq2acyRyhbuj6wWYLON-17" value="">
          <mxGeometry relative="1" as="geometry" />
        </mxCell>
        <mxCell id="OEq2acyRyhbuj6wWYLON-12" parent="1" style="whiteSpace=wrap;html=1;rounded=1;" value="更新Redis" vertex="1">
          <mxGeometry height="60" width="120" x="522" y="541" as="geometry" />
        </mxCell>
        <mxCell id="OEq2acyRyhbuj6wWYLON-19" edge="1" parent="1" source="OEq2acyRyhbuj6wWYLON-17" style="edgeStyle=orthogonalEdgeStyle;rounded=0;orthogonalLoop=1;jettySize=auto;html=1;entryX=0.5;entryY=0;entryDx=0;entryDy=0;" target="zHUa4yUuEVYX1cxpm-PV-27">
          <mxGeometry relative="1" as="geometry">
            <Array as="points">
              <mxPoint x="581" y="740" />
              <mxPoint x="738" y="740" />
            </Array>
          </mxGeometry>
        </mxCell>
        <mxCell id="OEq2acyRyhbuj6wWYLON-17" parent="1" style="whiteSpace=wrap;html=1;rounded=1;" value="生成最新目录结构" vertex="1">
          <mxGeometry height="60" width="120" x="521" y="659" as="geometry" />
        </mxCell>
        <mxCell id="OEq2acyRyhbuj6wWYLON-23" edge="1" parent="1" source="OEq2acyRyhbuj6wWYLON-22" style="edgeStyle=orthogonalEdgeStyle;rounded=0;orthogonalLoop=1;jettySize=auto;html=1;" target="zHUa4yUuEVYX1cxpm-PV-90" value="">
          <mxGeometry relative="1" as="geometry" />
        </mxCell>
        <mxCell id="OEq2acyRyhbuj6wWYLON-22" parent="1" style="whiteSpace=wrap;html=1;rounded=1;" value="生成最新目录结构" vertex="1">
          <mxGeometry height="60" width="120" x="1330" y="850" as="geometry" />
        </mxCell>
        <mxCell id="OEq2acyRyhbuj6wWYLON-26" edge="1" parent="1" source="OEq2acyRyhbuj6wWYLON-24" style="edgeStyle=orthogonalEdgeStyle;rounded=0;orthogonalLoop=1;jettySize=auto;html=1;" target="zHUa4yUuEVYX1cxpm-PV-113" value="">
          <mxGeometry relative="1" as="geometry" />
        </mxCell>
        <mxCell id="OEq2acyRyhbuj6wWYLON-24" parent="1" style="whiteSpace=wrap;html=1;rounded=1;" value="生成最新目录结构" vertex="1">
          <mxGeometry height="60" width="120" x="1680" y="980" as="geometry" />
        </mxCell>
+         <mxCell id="OEq2acyRyhbuj6wWYLON-27" edge="1" parent="1" source="OEq2acyRyhbuj6wWYLON-9" style="edgeStyle=orthogonalEdgeStyle;rounded=0;orthogonalLoop=1;jettySize=auto;html=1;entryX=1;entryY=0;entryDx=0;entryDy=52.5;entryPerimeter=0;" target="0n__lMlzSQ3JzwSusm_Q-13">
+           <mxGeometry relative="1" as="geometry" />
+         </mxCell>
      </root>
    </mxGraphModel>
  </diagram>
</mxfile>
